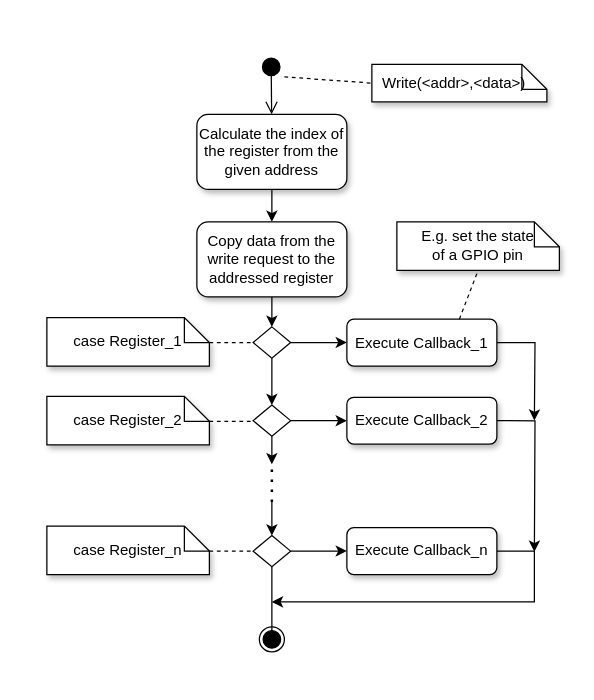
Above: docs/diagrams/peripherals/memory_mapped_regs.drawio in silhavyj/ZeroMate (draw.io), before the change. Source tidied: cells renumbered, new cells numbered last; positions are measured from the earlier drawing's top-left corner, leaving out a move shared by most shapes. Both pictures are drawn from the tidied source at 125%, with x=0, y=0 at pixel (46, 56).
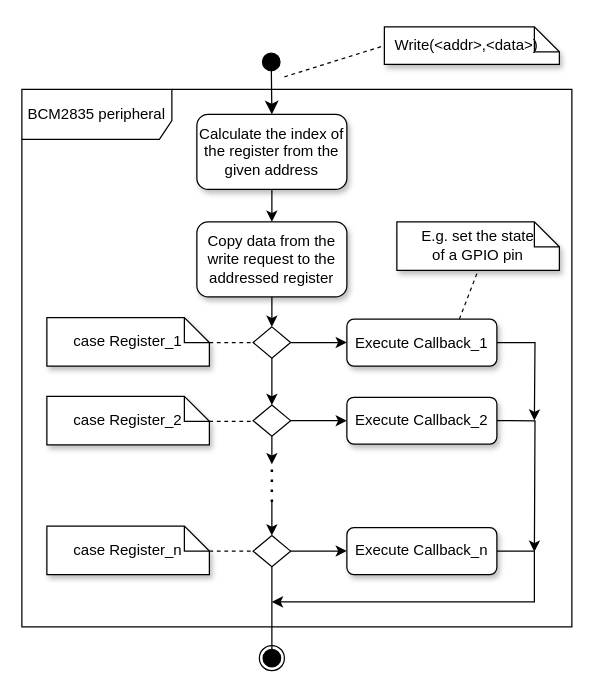
Above is the later version.

Unchanged cells that the change refers to:
```xml
<mxCell id="19" style="strokeWidth=1;html=1;shape=mxgraph.flowchart.decision;whiteSpace=wrap;" parent="1" vertex="1">
  <mxGeometry x="165" y="382.9" width="30" height="25" as="geometry" />
</mxCell>
<mxCell id="30" value="Calculate the index of the register from the given address" style="rounded=1;whiteSpace=wrap;html=1;shadow=1;fontFamily=Computer Modern;" parent="1" vertex="1">
  <mxGeometry x="120" y="46" width="120" height="60" as="geometry" />
</mxCell>
```

The edit, as a diff of the source:
```diff
@@
-    <mxCell id="2" style="html=1;verticalAlign=bottom;startArrow=circle;startFill=1;endArrow=open;startSize=6;endSize=8;curved=0;rounded=0;entryX=0.5;entryY=0;entryDx=0;entryDy=0;" parent="1" edge="1">
+    <mxCell id="2" style="html=1;verticalAlign=bottom;startArrow=circle;startFill=1;endArrow=classic;startSize=6;endSize=8;curved=0;rounded=0;entryX=0.5;entryY=0;entryDx=0;entryDy=0;endFill=1;" parent="1" edge="1" target="30">
       <mxGeometry relative="1" as="geometry">
-        <mxPoint x="179.4" as="sourcePoint" />
-        <mxPoint x="179.8" y="46" as="targetPoint" />
+        <mxPoint x="179.4" y="-4" as="sourcePoint" />
         <Array as="points">
-          <mxPoint x="179.4" />
+          <mxPoint x="179.4" y="-4" />
         </Array>
       </mxGeometry>
     </mxCell>
@@
     <mxCell id="27" style="strokeWidth=1;html=1;shape=mxgraph.flowchart.start_2;whiteSpace=wrap;" parent="1" vertex="1">
-      <mxGeometry x="170" y="456" width="20" height="20" as="geometry" />
+      <mxGeometry x="170" y="471" width="20" height="20" as="geometry" />
     </mxCell>
     <mxCell id="28" style="html=1;verticalAlign=bottom;startArrow=circle;startFill=1;endArrow=none;startSize=6;endSize=8;curved=0;rounded=0;endFill=0;entryX=0.5;entryY=1;entryDx=0;entryDy=0;entryPerimeter=0;" parent="1" edge="1" target="19">
       <mxGeometry relative="1" as="geometry">
-        <mxPoint x="180" y="474" as="sourcePoint" />
+        <mxPoint x="180" y="489" as="sourcePoint" />
       </mxGeometry>
     </mxCell>
@@
     <mxCell id="33" value="&amp;nbsp; Write(&amp;lt;addr&amp;gt;,&amp;lt;data&amp;gt;)" style="shape=note;size=20;whiteSpace=wrap;html=1;shadow=1;fontFamily=Computer Modern;align=left;" parent="1" vertex="1">
-      <mxGeometry x="260" y="6" width="140" height="30" as="geometry" />
+      <mxGeometry x="270" y="-24" width="140" height="30" as="geometry" />
     </mxCell>
@@
+    <mxCell id="35" value="BCM2835 peripheral" style="shape=umlFrame;whiteSpace=wrap;html=1;width=120;height=40;fontFamily=Computer Modern;shadow=0;" parent="1" vertex="1">
+      <mxGeometry x="-20" y="26" width="440" height="430" as="geometry" />
+    </mxCell>
```
